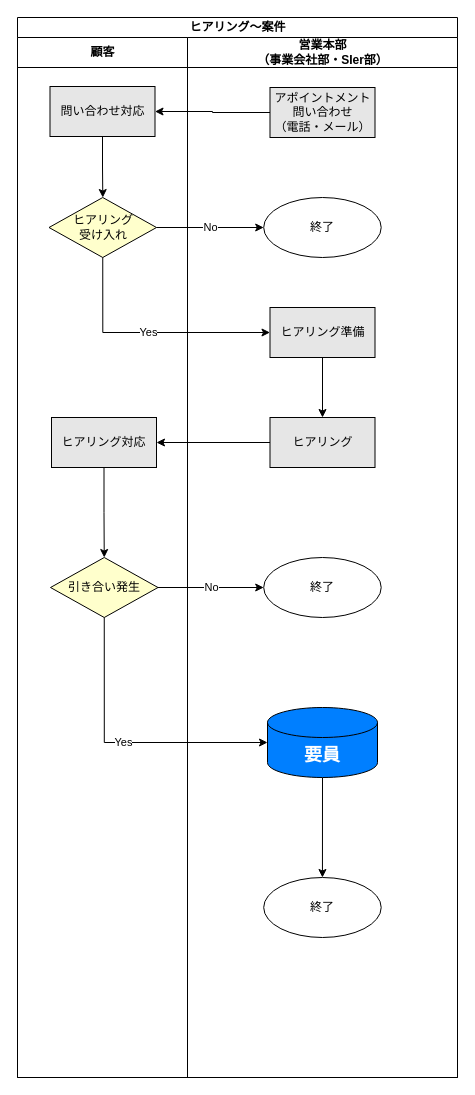
Above: page "ヒアリング～案件" (3 of 6) of 20230622To-Be業務フロー図.drawio in TaikiHorita/TaikiRepository (draw.io), before the change. Source tidied: cells renumbered, new cells numbered last; positions are measured from the earlier drawing's top-left corner, leaving out a move shared by most shapes. Both pictures are drawn from the tidied source at 100%, with x=0, y=0 at pixel (17, 17).
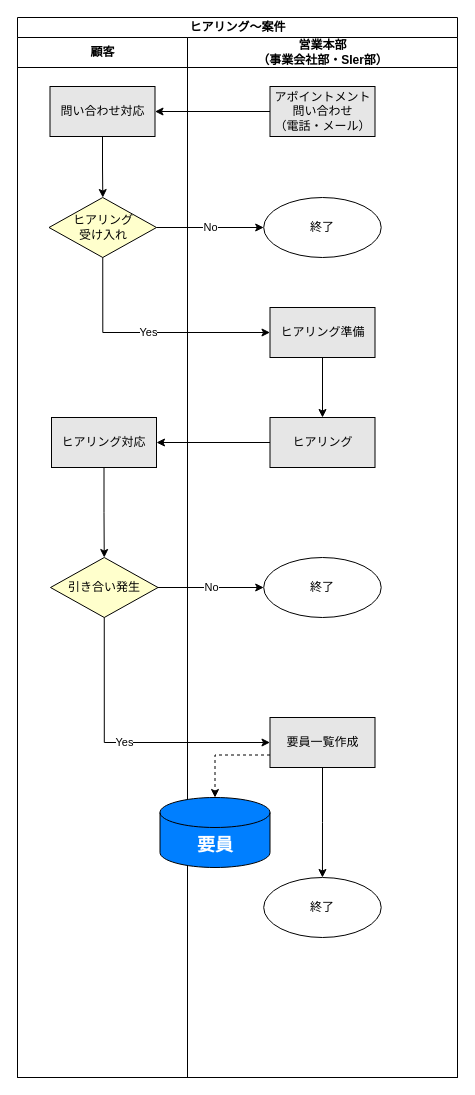
The same page after the edit.

Unchanged cells that the change refers to:
```xml
<mxCell id="2" value="ヒアリング～案件" style="swimlane;startSize=20;html=1;" parent="1" vertex="1">
  <mxGeometry width="440" height="1060" as="geometry" />
</mxCell>
<mxCell id="9" value="引き合い発生" style="rhombus;whiteSpace=wrap;html=1;fillColor=#FFFFCC;" parent="3" vertex="1">
  <mxGeometry x="33" y="520" width="107.5" height="60" as="geometry" />
</mxCell>
<mxCell id="10" value="営業本部&lt;br&gt;（事業会社部・SIer部）" style="swimlane;startSize=30;html=1;" parent="2" vertex="1">
  <mxGeometry x="170" y="20" width="270" height="1040" as="geometry" />
</mxCell>
<mxCell id="17" value="終了" style="ellipse;whiteSpace=wrap;html=1;" parent="10" vertex="1">
  <mxGeometry x="76.2" y="840" width="117.5" height="60" as="geometry" />
</mxCell>
```

Change to the diagram source:
```diff
@@
-    <mxCell id="16" style="edgeStyle=orthogonalEdgeStyle;rounded=0;jettySize=auto;html=1;exitX=0.5;exitY=1;exitDx=0;exitDy=0;exitPerimeter=0;entryX=0.5;entryY=0;entryDx=0;entryDy=0;" parent="10" edge="1" source="18" target="17">
-      <mxGeometry relative="1" as="geometry" />
-    </mxCell>
@@
     <mxCell id="18" value="&lt;font style=&quot;font-size: 18px;&quot; color=&quot;#ffffff&quot;&gt;&lt;b&gt;要員&lt;/b&gt;&lt;/font&gt;" style="shape=cylinder3;whiteSpace=wrap;html=1;boundedLbl=1;backgroundOutline=1;size=15;fillColor=#007FFF;" parent="10" vertex="1">
-      <mxGeometry x="80" y="670" width="110" height="70" as="geometry" />
+      <mxGeometry x="-27.5" y="760" width="110" height="70" as="geometry" />
     </mxCell>
     <mxCell id="19" value="アポイントメント&lt;br&gt;問い合わせ&lt;br&gt;（電話・メール）" style="rounded=0;whiteSpace=wrap;html=1;fillColor=#E6E6E6;" parent="10" vertex="1">
-      <mxGeometry x="82.5" y="50" width="105" height="50" as="geometry" />
+      <mxGeometry x="82.5" y="49" width="105" height="50" as="geometry" />
     </mxCell>
+    <mxCell id="26" style="edgeStyle=orthogonalEdgeStyle;rounded=0;jettySize=auto;html=1;exitX=0;exitY=0.75;exitDx=0;exitDy=0;entryX=0.5;entryY=0;entryDx=0;entryDy=0;entryPerimeter=0;dashed=1;" parent="10" edge="1" source="28" target="18">
+      <mxGeometry relative="1" as="geometry" />
+    </mxCell>
+    <mxCell id="27" style="edgeStyle=orthogonalEdgeStyle;rounded=0;jettySize=auto;html=1;exitX=0.5;exitY=1;exitDx=0;exitDy=0;" parent="10" edge="1" source="28" target="17">
+      <mxGeometry relative="1" as="geometry" />
+    </mxCell>
+    <mxCell id="28" value="要員一覧作成" style="rounded=0;whiteSpace=wrap;html=1;fillColor=#E6E6E6;" parent="10" vertex="1">
+      <mxGeometry x="82.5" y="680" width="105" height="50" as="geometry" />
+    </mxCell>
@@
-    <mxCell id="24" value="Yes" style="edgeStyle=orthogonalEdgeStyle;rounded=0;jettySize=auto;html=1;exitX=0.5;exitY=1;exitDx=0;exitDy=0;entryX=0;entryY=0.5;entryDx=0;entryDy=0;entryPerimeter=0;" parent="2" edge="1" source="9" target="18">
+    <mxCell id="24" value="Yes" style="edgeStyle=orthogonalEdgeStyle;rounded=0;jettySize=auto;html=1;exitX=0.5;exitY=1;exitDx=0;exitDy=0;entryX=0;entryY=0.5;entryDx=0;entryDy=0;" parent="2" edge="1" source="9" target="28">
       <mxGeometry relative="1" as="geometry" />
     </mxCell>
```
